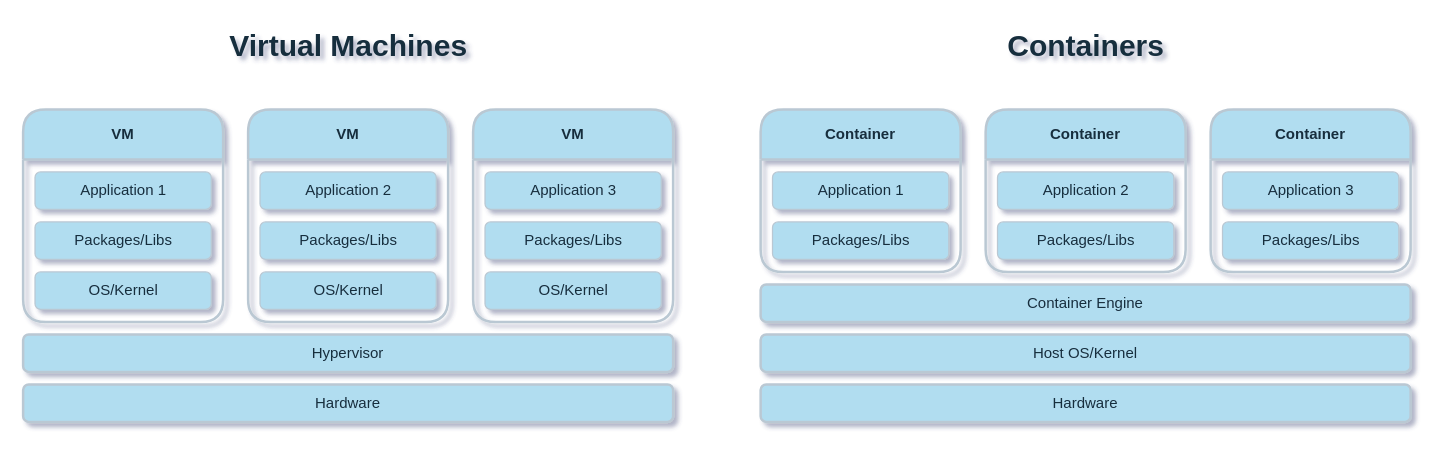
Above: VMvsContainer.drawio in sbmagar13/drawio_diagrams (draw.io), before the change. Source tidied: cells renumbered, new cells numbered last; positions are measured from the earlier drawing's top-left corner, leaving out a move shared by most shapes. Both pictures are drawn from the tidied source at 125%, with x=0, y=0 at pixel (22, 21).
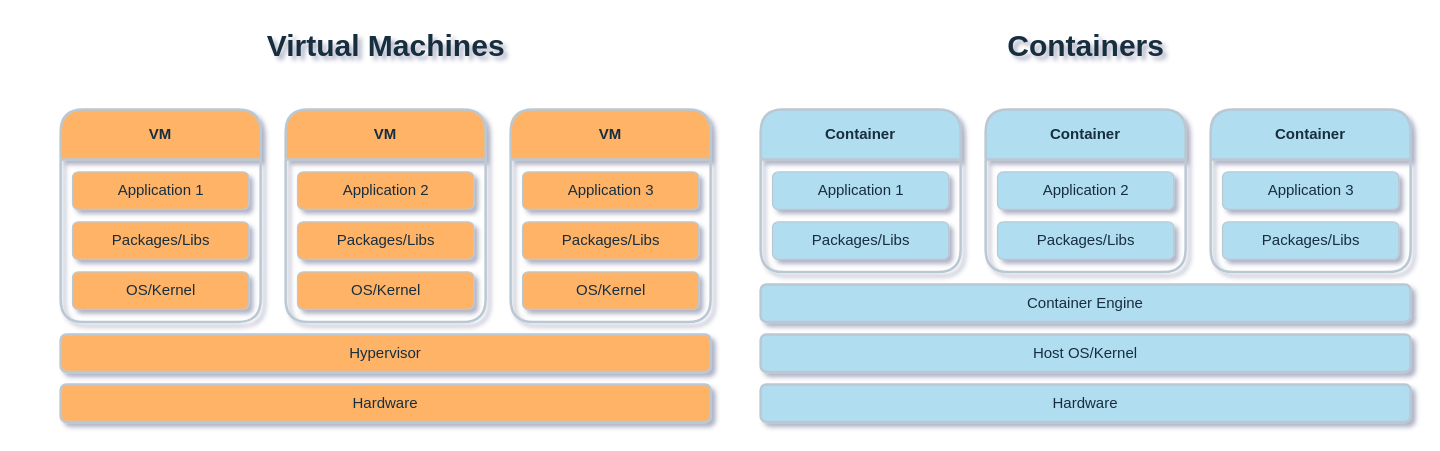
Above is the later version.

The edit, as a diff of the source:
```diff
@@
-    <mxCell id="3" value="VM" style="swimlane;whiteSpace=wrap;html=1;startSize=40;swimlaneFillColor=none;strokeWidth=2;rounded=1;swimlaneLine=1;shadow=0;labelBackgroundColor=none;fillColor=#B1DDF0;strokeColor=#BAC8D3;fontColor=#182E3E;" parent="1" vertex="1">
-      <mxGeometry y="70" width="160" height="170" as="geometry" />
+    <mxCell id="3" value="VM" style="swimlane;whiteSpace=wrap;html=1;startSize=40;swimlaneFillColor=none;strokeWidth=2;rounded=1;swimlaneLine=1;shadow=0;labelBackgroundColor=none;fillColor=#FFB366;strokeColor=#BAC8D3;fontColor=#182E3E;" parent="1" vertex="1">
+      <mxGeometry x="30" y="70" width="160" height="170" as="geometry" />
     </mxCell>
-    <mxCell id="4" value="Application 1" style="rounded=1;whiteSpace=wrap;html=1;swimlaneLine=1;shadow=0;labelBackgroundColor=none;fillColor=#B1DDF0;strokeColor=#BAC8D3;fontColor=#182E3E;" parent="3" vertex="1">
+    <mxCell id="4" value="Application 1" style="rounded=1;whiteSpace=wrap;html=1;swimlaneLine=1;shadow=0;labelBackgroundColor=none;fillColor=#FFB366;strokeColor=#BAC8D3;fontColor=#182E3E;" parent="3" vertex="1">
       <mxGeometry x="9.5" y="50" width="141" height="30" as="geometry" />
     </mxCell>
-    <mxCell id="5" value="Packages/Libs" style="rounded=1;whiteSpace=wrap;html=1;swimlaneLine=1;shadow=0;labelBackgroundColor=none;fillColor=#B1DDF0;strokeColor=#BAC8D3;fontColor=#182E3E;" parent="3" vertex="1">
+    <mxCell id="5" value="Packages/Libs" style="rounded=1;whiteSpace=wrap;html=1;swimlaneLine=1;shadow=0;labelBackgroundColor=none;fillColor=#FFB366;strokeColor=#BAC8D3;fontColor=#182E3E;" parent="3" vertex="1">
       <mxGeometry x="9.5" y="90" width="141" height="30" as="geometry" />
     </mxCell>
-    <mxCell id="6" value="OS/Kernel" style="rounded=1;whiteSpace=wrap;html=1;swimlaneLine=1;shadow=0;labelBackgroundColor=none;fillColor=#B1DDF0;strokeColor=#BAC8D3;fontColor=#182E3E;" parent="3" vertex="1">
+    <mxCell id="6" value="OS/Kernel" style="rounded=1;whiteSpace=wrap;html=1;swimlaneLine=1;shadow=0;labelBackgroundColor=none;fillColor=#FFB366;strokeColor=#BAC8D3;fontColor=#182E3E;" parent="3" vertex="1">
       <mxGeometry x="9.5" y="130" width="141" height="30" as="geometry" />
     </mxCell>
@@
-    <mxCell id="11" value="Hardware" style="rounded=1;whiteSpace=wrap;html=1;strokeWidth=2;swimlaneLine=1;shadow=0;labelBackgroundColor=none;fillColor=#B1DDF0;strokeColor=#BAC8D3;fontColor=#182E3E;" parent="1" vertex="1">
-      <mxGeometry y="290" width="520" height="30" as="geometry" />
+    <mxCell id="11" value="Hardware" style="rounded=1;whiteSpace=wrap;html=1;strokeWidth=2;swimlaneLine=1;shadow=0;labelBackgroundColor=none;fillColor=#FFB366;strokeColor=#BAC8D3;fontColor=#182E3E;" parent="1" vertex="1">
+      <mxGeometry x="30" y="290" width="520" height="30" as="geometry" />
     </mxCell>
@@
-    <mxCell id="13" value="Hypervisor" style="rounded=1;whiteSpace=wrap;html=1;strokeWidth=2;swimlaneLine=1;shadow=0;labelBackgroundColor=none;fillColor=#B1DDF0;strokeColor=#BAC8D3;fontColor=#182E3E;" parent="1" vertex="1">
-      <mxGeometry y="250" width="520" height="30" as="geometry" />
+    <mxCell id="13" value="Hypervisor" style="rounded=1;whiteSpace=wrap;html=1;strokeWidth=2;swimlaneLine=1;shadow=0;labelBackgroundColor=none;fillColor=#FFB366;strokeColor=#BAC8D3;fontColor=#182E3E;" parent="1" vertex="1">
+      <mxGeometry x="30" y="250" width="520" height="30" as="geometry" />
     </mxCell>
-    <mxCell id="14" value="VM" style="swimlane;whiteSpace=wrap;html=1;startSize=40;swimlaneFillColor=none;strokeWidth=2;rounded=1;swimlaneLine=1;shadow=0;labelBackgroundColor=none;fillColor=#B1DDF0;strokeColor=#BAC8D3;fontColor=#182E3E;" parent="1" vertex="1">
-      <mxGeometry x="360" y="70" width="160" height="170" as="geometry" />
+    <mxCell id="14" value="VM" style="swimlane;whiteSpace=wrap;html=1;startSize=40;swimlaneFillColor=none;strokeWidth=2;rounded=1;swimlaneLine=1;shadow=0;labelBackgroundColor=none;fillColor=#FFB366;strokeColor=#BAC8D3;fontColor=#182E3E;" parent="1" vertex="1">
+      <mxGeometry x="390" y="70" width="160" height="170" as="geometry" />
     </mxCell>
-    <mxCell id="15" value="Application 3" style="rounded=1;whiteSpace=wrap;html=1;swimlaneLine=1;shadow=0;labelBackgroundColor=none;fillColor=#B1DDF0;strokeColor=#BAC8D3;fontColor=#182E3E;" parent="14" vertex="1">
+    <mxCell id="15" value="Application 3" style="rounded=1;whiteSpace=wrap;html=1;swimlaneLine=1;shadow=0;labelBackgroundColor=none;fillColor=#FFB366;strokeColor=#BAC8D3;fontColor=#182E3E;" parent="14" vertex="1">
       <mxGeometry x="9.5" y="50" width="141" height="30" as="geometry" />
     </mxCell>
-    <mxCell id="16" value="Packages/Libs" style="rounded=1;whiteSpace=wrap;html=1;swimlaneLine=1;shadow=0;labelBackgroundColor=none;fillColor=#B1DDF0;strokeColor=#BAC8D3;fontColor=#182E3E;" parent="14" vertex="1">
+    <mxCell id="16" value="Packages/Libs" style="rounded=1;whiteSpace=wrap;html=1;swimlaneLine=1;shadow=0;labelBackgroundColor=none;fillColor=#FFB366;strokeColor=#BAC8D3;fontColor=#182E3E;" parent="14" vertex="1">
       <mxGeometry x="9.5" y="90" width="141" height="30" as="geometry" />
     </mxCell>
-    <mxCell id="17" value="OS/Kernel" style="rounded=1;whiteSpace=wrap;html=1;swimlaneLine=1;shadow=0;labelBackgroundColor=none;fillColor=#B1DDF0;strokeColor=#BAC8D3;fontColor=#182E3E;" parent="14" vertex="1">
+    <mxCell id="17" value="OS/Kernel" style="rounded=1;whiteSpace=wrap;html=1;swimlaneLine=1;shadow=0;labelBackgroundColor=none;fillColor=#FFB366;strokeColor=#BAC8D3;fontColor=#182E3E;" parent="14" vertex="1">
       <mxGeometry x="9.5" y="130" width="141" height="30" as="geometry" />
     </mxCell>
-    <mxCell id="18" value="VM" style="swimlane;whiteSpace=wrap;html=1;startSize=40;swimlaneFillColor=none;strokeWidth=2;rounded=1;swimlaneLine=1;shadow=0;labelBackgroundColor=none;fillColor=#B1DDF0;strokeColor=#BAC8D3;fontColor=#182E3E;" parent="1" vertex="1">
-      <mxGeometry x="180" y="70" width="160" height="170" as="geometry" />
+    <mxCell id="18" value="VM" style="swimlane;whiteSpace=wrap;html=1;startSize=40;swimlaneFillColor=none;strokeWidth=2;rounded=1;swimlaneLine=1;shadow=0;labelBackgroundColor=none;fillColor=#FFB366;strokeColor=#BAC8D3;fontColor=#182E3E;" parent="1" vertex="1">
+      <mxGeometry x="210" y="70" width="160" height="170" as="geometry" />
     </mxCell>
-    <mxCell id="19" value="Application 2" style="rounded=1;whiteSpace=wrap;html=1;swimlaneLine=1;shadow=0;labelBackgroundColor=none;fillColor=#B1DDF0;strokeColor=#BAC8D3;fontColor=#182E3E;" parent="18" vertex="1">
+    <mxCell id="19" value="Application 2" style="rounded=1;whiteSpace=wrap;html=1;swimlaneLine=1;shadow=0;labelBackgroundColor=none;fillColor=#FFB366;strokeColor=#BAC8D3;fontColor=#182E3E;" parent="18" vertex="1">
       <mxGeometry x="9.5" y="50" width="141" height="30" as="geometry" />
     </mxCell>
-    <mxCell id="20" value="Packages/Libs" style="rounded=1;whiteSpace=wrap;html=1;swimlaneLine=1;shadow=0;labelBackgroundColor=none;fillColor=#B1DDF0;strokeColor=#BAC8D3;fontColor=#182E3E;" parent="18" vertex="1">
+    <mxCell id="20" value="Packages/Libs" style="rounded=1;whiteSpace=wrap;html=1;swimlaneLine=1;shadow=0;labelBackgroundColor=none;fillColor=#FFB366;strokeColor=#BAC8D3;fontColor=#182E3E;" parent="18" vertex="1">
       <mxGeometry x="9.5" y="90" width="141" height="30" as="geometry" />
     </mxCell>
-    <mxCell id="21" value="OS/Kernel" style="rounded=1;whiteSpace=wrap;html=1;swimlaneLine=1;shadow=0;labelBackgroundColor=none;fillColor=#B1DDF0;strokeColor=#BAC8D3;fontColor=#182E3E;" parent="18" vertex="1">
+    <mxCell id="21" value="OS/Kernel" style="rounded=1;whiteSpace=wrap;html=1;swimlaneLine=1;shadow=0;labelBackgroundColor=none;fillColor=#FFB366;strokeColor=#BAC8D3;fontColor=#182E3E;" parent="18" vertex="1">
       <mxGeometry x="9.5" y="130" width="141" height="30" as="geometry" />
     </mxCell>
@@
     <mxCell id="28" value="Virtual Machines" style="text;strokeColor=none;fillColor=none;html=1;fontSize=24;fontStyle=1;verticalAlign=middle;align=center;fontColor=#182E3E;" parent="1" vertex="1">
-      <mxGeometry x="145" width="230" height="40" as="geometry" />
+      <mxGeometry x="175" width="230" height="40" as="geometry" />
     </mxCell>
```
